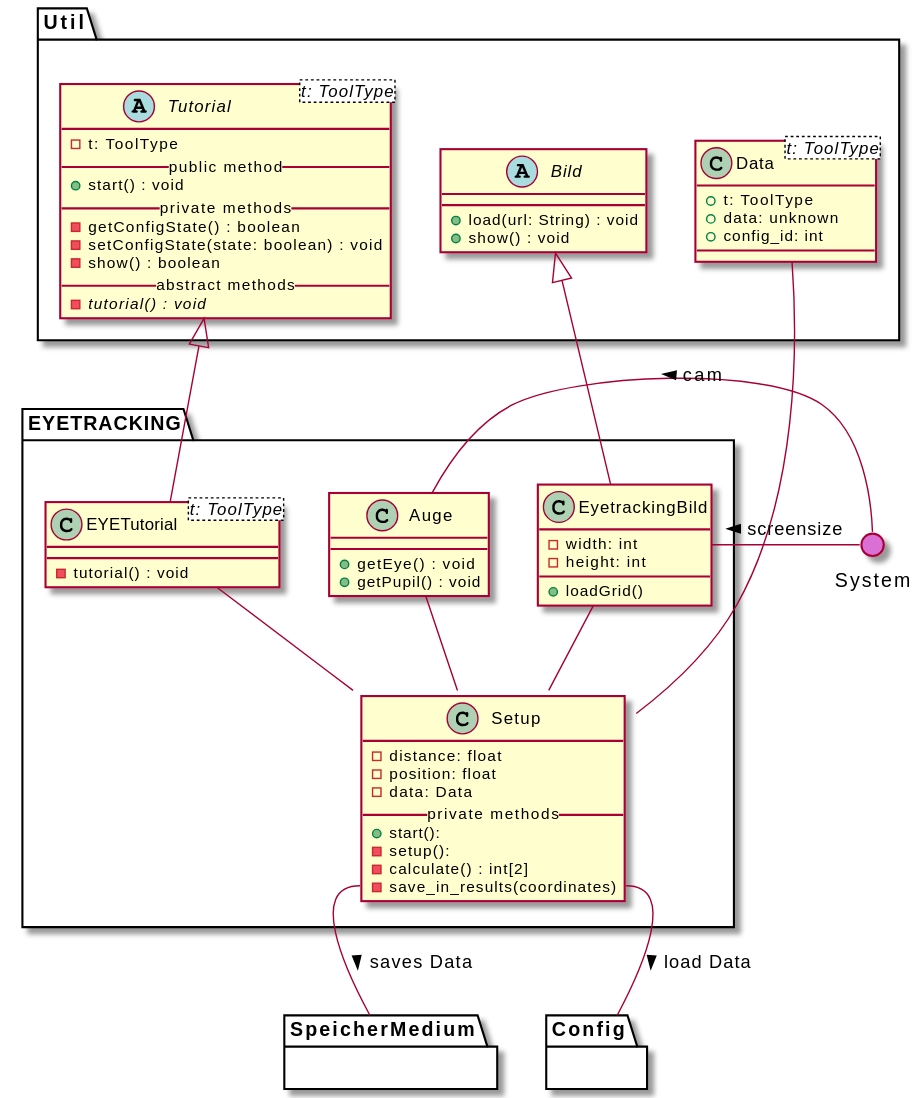
Above: meilenstein_03/uml-eyetracking/eyetracking.svg in weichware10/meilensteine (PlantUML), before the change.
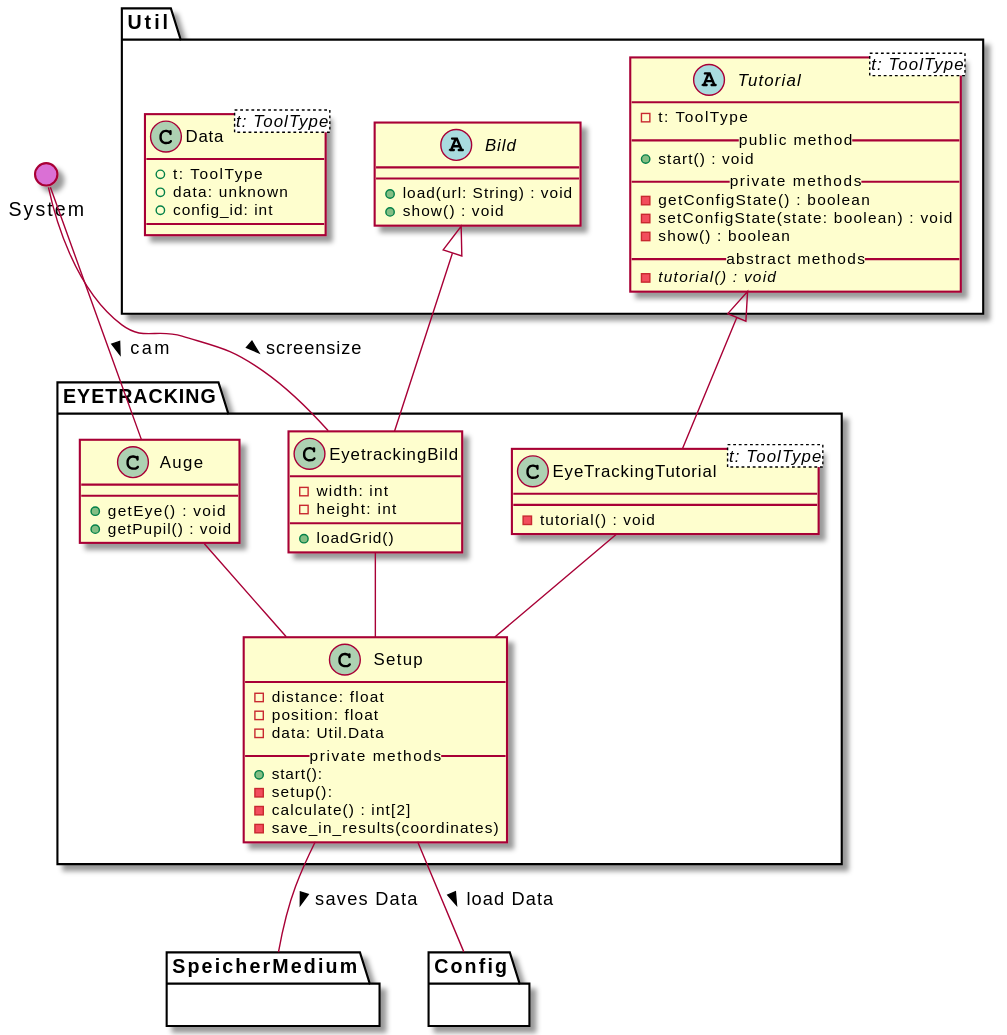
Later version of the same file.

Commit message:
Render PlantUML SVGs

The edit, as a diff of the source:
```diff
@@ -2,36 +2,30 @@
 () System #DA70D5
 top to bottom direction
 
-
 package Util {
 
-
     abstract Tutorial<t: ToolType> {
-      - t: ToolType
-      __public method__
-      + start() : void
-      __private methods__
-      - getConfigState() : boolean
-      - setConfigState(state: boolean) : void
-      - show() : boolean
-      __abstract methods__
-      - {abstract} tutorial() : void
+        - t: ToolType
+        __public method__
+        + start() : void
+        __private methods__
+        - getConfigState() : boolean
+        - setConfigState(state: boolean) : void
+        - show() : boolean
+        __abstract methods__
+        - {abstract} tutorial() : void
     }
 
-
-
-
     abstract Bild {
-      + load(url: String) : void
-      + show() : void
+        + load(url: String) : void
+        + show() : void
     }
 
     class Data<t: ToolType> {
-        + t: ToolType
-        + data: unknown
-        + config_id: int
+            + t: ToolType
+            + data: unknown
+            + config_id: int
     }
-
 
 }
 
@@ -39,27 +33,25 @@
 package EYETRACKING {
 
     class Auge {
-        + getEye() : void
-        + getPupil() : void
+            + getEye() : void
+            + getPupil() : void
     }
 
     class EyetrackingBild {
         - width: int
         - height: int
-        __
         + loadGrid()
     }
 
 
-    class EYETutorial<t: ToolType> {
-      - tutorial() : void
+    class EyeTrackingTutorial<t: ToolType> {
+        - tutorial() : void
     }
-
 
     class Setup {
         - distance: float
         - position: float
-        - data: Data
+        - data: Util.Data
         __private methods__
         + start():
         - setup():
@@ -67,27 +59,19 @@
         - save_in_results(coordinates)
     }
 
-
+    Bild <|-- EyetrackingBild
+    Tutorial <|-- EyeTrackingTutorial
 
     Auge -- Setup
     EyetrackingBild -- Setup
-    Bild <|-- EyetrackingBild
-    Tutorial <|-- EYETutorial
-    EYETutorial -- Setup
-    Data -- Setup
+    EyeTrackingTutorial -- Setup
 
-
-
-
-    Setup::save -- SpeicherMedium : > saves Data
-    Setup::save -- Config : > load Data
-    EyetrackingBild  -r- System : < screensize
-    Auge -r- System : < cam
+    Setup -- SpeicherMedium : > saves Data
+    Setup -- Config : > load Data
+    Auge -u- System : < cam
+    EyetrackingBild -u- System : < screensize
 
 }
-
-
-
 
 package SpeicherMedium {}
 package Config {}
```
